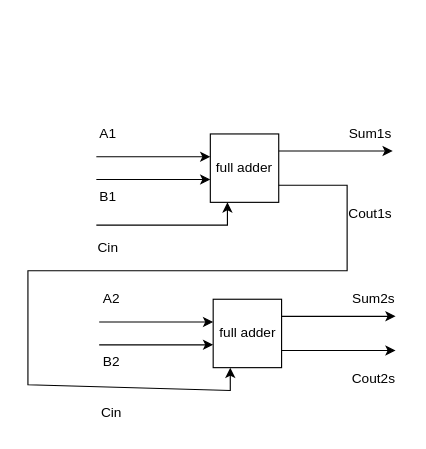
Earlier version of the draw.io diagram 4-19/4-19.drawio (Samuel-Webster-178/TEJ3M-Unit4). Source tidied: cells renumbered, new cells numbered last; positions are measured from the earlier drawing's top-left corner, leaving out a move shared by most shapes. Both pictures are drawn from the tidied source at 114%, with x=0, y=0 at pixel (27, 116).
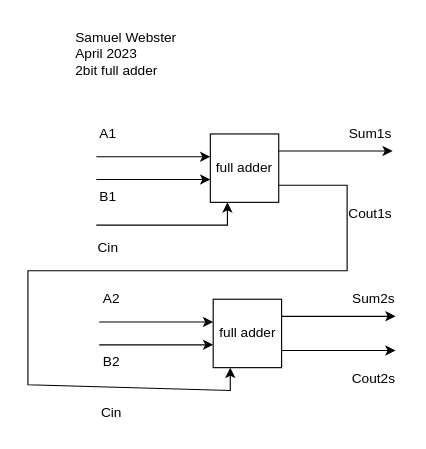
Above is the later version.

The edit, as a diff of the source:
```diff
@@
+    <mxCell id="23" value="Samuel Webster&lt;br&gt;April 2023&lt;br&gt;2bit full adder" style="text;html=1;align=left;verticalAlign=middle;strokeColor=none;fillColor=none;" parent="1" vertex="1">
+      <mxGeometry x="40" y="-85" width="110" height="60" as="geometry" />
+    </mxCell>
```
